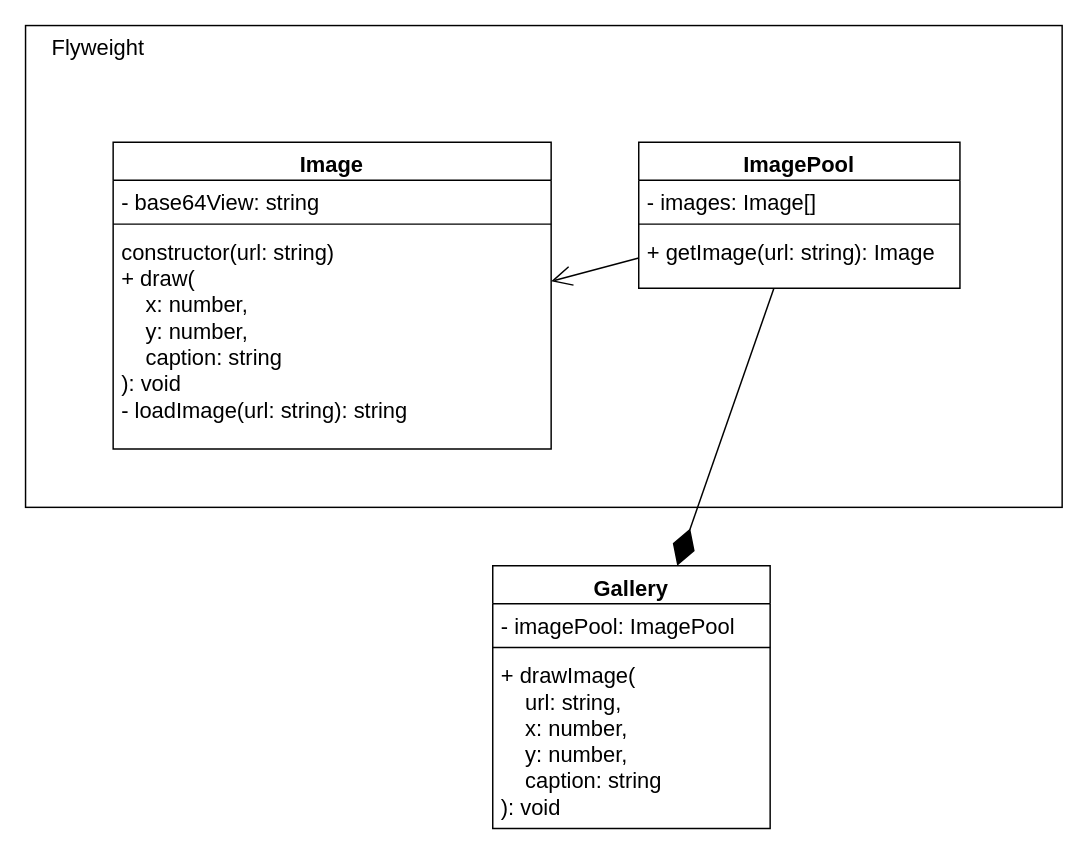
Earlier version of the draw.io diagram structural/flyweight/flyweight.drawio (kirill-krasuk/design_patterns). Source tidied: cells renumbered, new cells numbered last; positions are measured from the earlier drawing's top-left corner, leaving out a move shared by most shapes. Both pictures are drawn from the tidied source at 146%, with x=0, y=0 at pixel (25, 25).
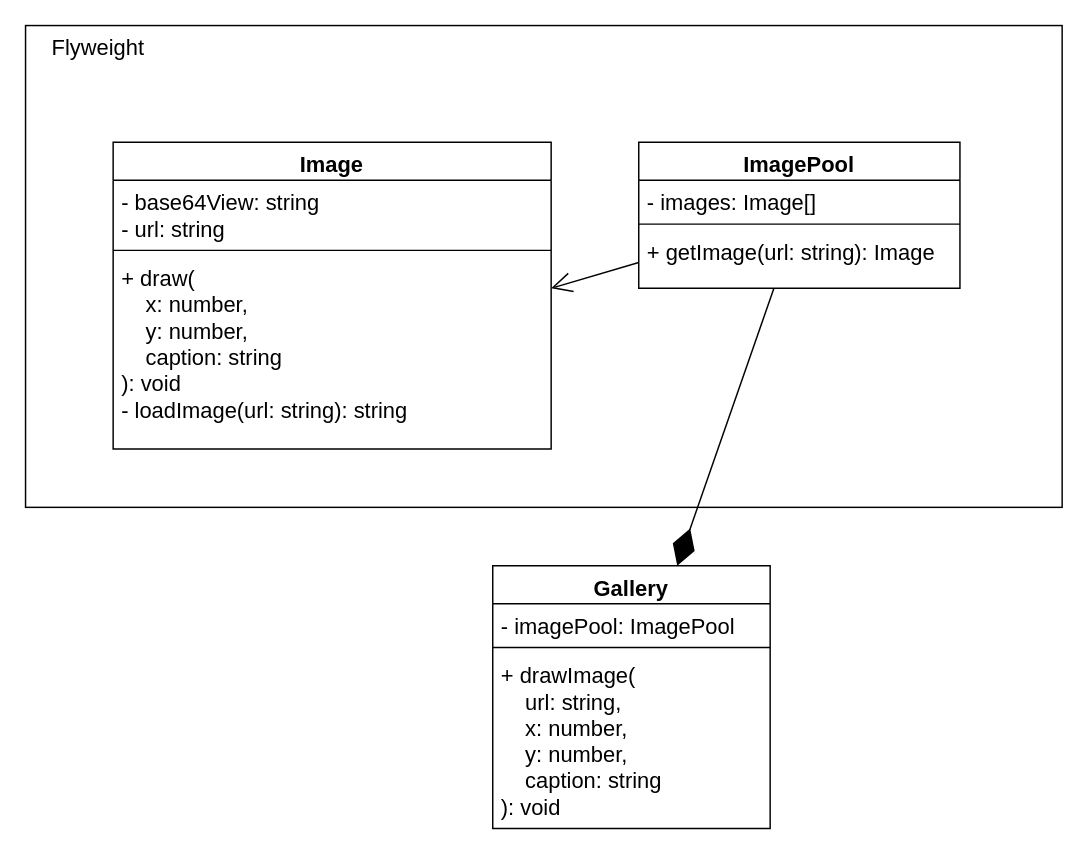
The same diagram, later.

The edit, as a diff of the source:
```diff
@@
 <mxGraphModel>
   <root>
     <mxCell id="0" />
     <mxCell id="1" parent="0" />
     <mxCell id="2" style="rounded=0;whiteSpace=wrap;html=1;fontSize=15;" parent="1" vertex="1">
       <mxGeometry width="710" height="330" as="geometry" />
     </mxCell>
     <mxCell id="3" value="Image" style="swimlane;fontStyle=1;align=center;verticalAlign=top;horizontal=1;startSize=26;fontSize=15;" parent="1" vertex="1">
       <mxGeometry x="60" y="80" width="300" height="210" as="geometry" />
     </mxCell>
-    <mxCell id="4" value="- base64View: string" style="text;strokeColor=none;fillColor=none;align=left;verticalAlign=top;spacingLeft=4;spacingRight=4;overflow=hidden;fontSize=15;" parent="3" vertex="1">
-      <mxGeometry y="26" width="300" height="26" as="geometry" />
+    <mxCell id="4" value="- base64View: string&#10;- url: string" style="text;strokeColor=none;fillColor=none;align=left;verticalAlign=top;spacingLeft=4;spacingRight=4;overflow=hidden;fontSize=15;" parent="3" vertex="1">
+      <mxGeometry y="26" width="300" height="44" as="geometry" />
     </mxCell>
     <mxCell id="5" style="line;strokeWidth=1;fillColor=none;align=left;verticalAlign=middle;spacingTop=-1;spacingLeft=3;spacingRight=3;labelPosition=right;strokeColor=inherit;fontSize=15;" parent="3" vertex="1">
-      <mxGeometry y="52" width="300" height="8" as="geometry" />
+      <mxGeometry y="70" width="300" height="8" as="geometry" />
     </mxCell>
-    <mxCell id="6" value="constructor(url: string)&#10;+ draw(&#10;    x: number,&#10;    y: number, &#10;    caption: string&#10;): void&#10;- loadImage(url: string): string" style="text;strokeColor=none;fillColor=none;align=left;verticalAlign=top;spacingLeft=4;spacingRight=4;overflow=hidden;points=[[0,0.5],[1,0.5]];portConstraint=eastwest;fontSize=15;" parent="3" vertex="1">
-      <mxGeometry y="60" width="300" height="150" as="geometry" />
+    <mxCell id="6" value="+ draw(&#10;    x: number,&#10;    y: number, &#10;    caption: string&#10;): void&#10;- loadImage(url: string): string" style="text;strokeColor=none;fillColor=none;align=left;verticalAlign=top;spacingLeft=4;spacingRight=4;overflow=hidden;points=[[0,0.5],[1,0.5]];portConstraint=eastwest;fontSize=15;" parent="3" vertex="1">
+      <mxGeometry y="78" width="300" height="132" as="geometry" />
     </mxCell>
     <mxCell id="7" value="ImagePool" style="swimlane;fontStyle=1;align=center;verticalAlign=top;horizontal=1;startSize=26;fontSize=15;" parent="1" vertex="1">
       <mxGeometry x="420" y="80" width="220" height="100" as="geometry" />
     </mxCell>
     <mxCell id="8" value="- images: Image[]" style="text;strokeColor=none;fillColor=none;align=left;verticalAlign=top;spacingLeft=4;spacingRight=4;overflow=hidden;fontSize=15;" parent="7" vertex="1">
       <mxGeometry y="26" width="220" height="26" as="geometry" />
     </mxCell>
     <mxCell id="9" style="line;strokeWidth=1;fillColor=none;align=left;verticalAlign=middle;spacingTop=-1;spacingLeft=3;spacingRight=3;labelPosition=right;strokeColor=inherit;fontSize=15;" parent="7" vertex="1">
       <mxGeometry y="52" width="220" height="8" as="geometry" />
     </mxCell>
     <mxCell id="10" value="+ getImage(url: string): Image" style="text;strokeColor=none;fillColor=none;align=left;verticalAlign=top;spacingLeft=4;spacingRight=4;overflow=hidden;fontSize=15;" parent="7" vertex="1">
       <mxGeometry y="60" width="220" height="40" as="geometry" />
     </mxCell>
     <mxCell id="11" value="&lt;font style=&quot;font-size: 15px;&quot;&gt;Flyweight&lt;/font&gt;" style="text;html=1;strokeColor=none;fillColor=none;align=center;verticalAlign=middle;whiteSpace=wrap;rounded=0;fontSize=15;" parent="1" vertex="1">
       <mxGeometry width="100" height="30" as="geometry" />
     </mxCell>
     <mxCell id="12" value="Gallery" style="swimlane;fontStyle=1;align=center;verticalAlign=top;horizontal=1;startSize=26;fontSize=15;" parent="1" vertex="1">
       <mxGeometry x="320" y="370" width="190" height="180" as="geometry" />
     </mxCell>
     <mxCell id="13" value="- imagePool: ImagePool" style="text;strokeColor=none;fillColor=none;align=left;verticalAlign=top;spacingLeft=4;spacingRight=4;overflow=hidden;fontSize=15;" parent="12" vertex="1">
       <mxGeometry y="26" width="190" height="26" as="geometry" />
     </mxCell>
     <mxCell id="14" style="line;strokeWidth=1;fillColor=none;align=left;verticalAlign=middle;spacingTop=-1;spacingLeft=3;spacingRight=3;labelPosition=right;strokeColor=inherit;fontSize=15;" parent="12" vertex="1">
       <mxGeometry y="52" width="190" height="8" as="geometry" />
     </mxCell>
     <mxCell id="15" value="+ drawImage(&#10;    url: string,&#10;    x: number,&#10;    y: number,&#10;    caption: string&#10;): void" style="text;strokeColor=none;fillColor=none;align=left;verticalAlign=top;spacingLeft=4;spacingRight=4;overflow=hidden;fontSize=15;" parent="12" vertex="1">
       <mxGeometry y="60" width="190" height="120" as="geometry" />
     </mxCell>
     <mxCell id="16" style="endArrow=open;endFill=1;endSize=12;html=1;fontSize=15;" parent="1" edge="1" source="7" target="6">
       <mxGeometry relative="1" as="geometry" />
     </mxCell>
     <mxCell id="17" style="endArrow=diamondThin;endFill=1;endSize=24;html=1;fontSize=15;" parent="1" edge="1" source="7" target="12">
       <mxGeometry relative="1" as="geometry" />
     </mxCell>
   </root>
 </mxGraphModel>
```
